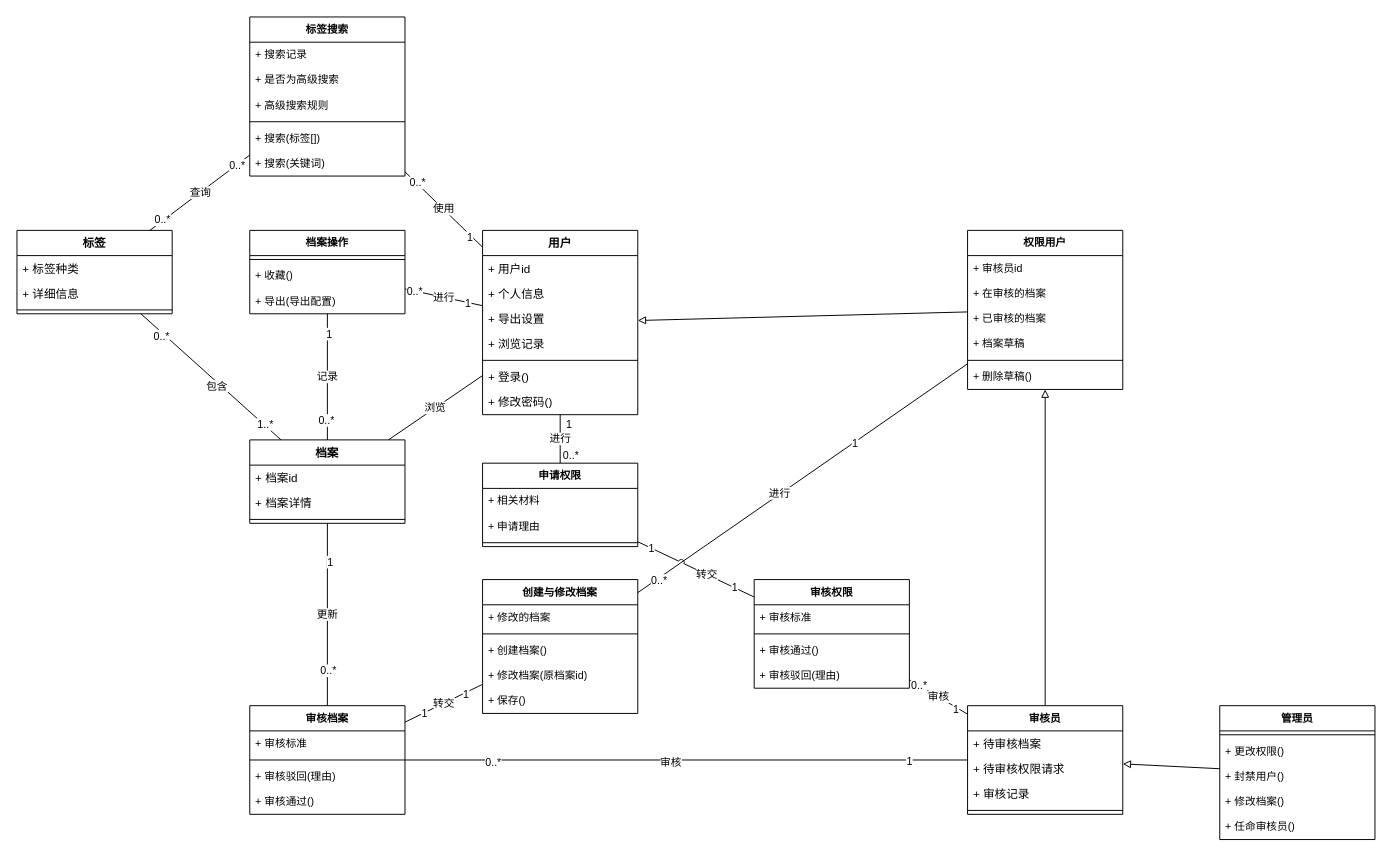
The draw.io diagram 领域类图.drawio in icemeowzhi/uml, before the edit. Source tidied: cells renumbered, new cells numbered last; positions are measured from the earlier drawing's top-left corner, leaving out a move shared by most shapes. Both pictures are drawn from the tidied source at 97%, with x=0, y=0 at pixel (16, 16).
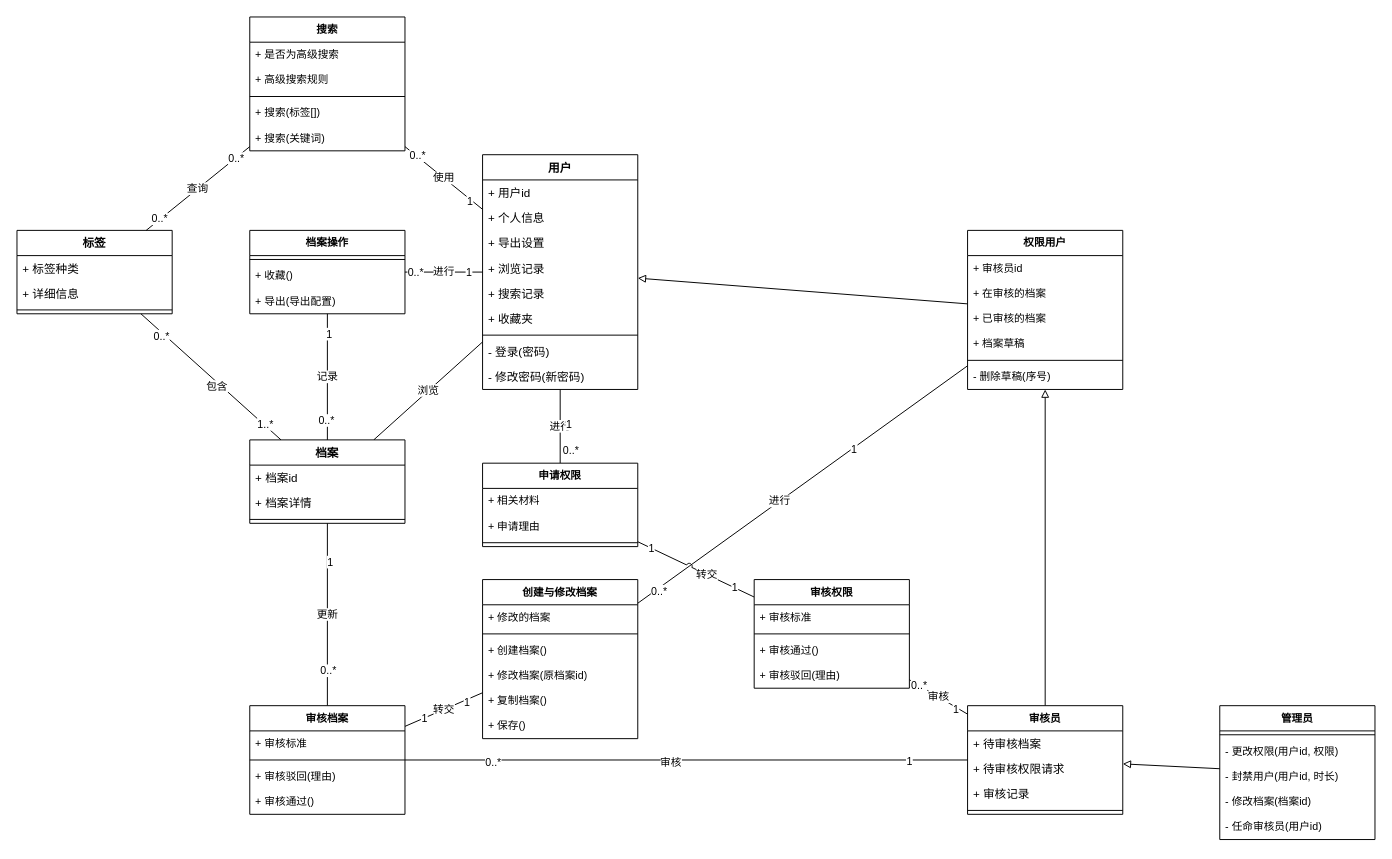
The same page after the edit.

Commit message:
更新领域类图.drawio

Unchanged cells that the change refers to:
```xml
<mxCell id="56" value="权限用户" style="swimlane;fontStyle=1;align=center;verticalAlign=top;horizontal=1;startSize=26;whiteSpace=wrap;html=1;fontFamily=Helvetica;fontSize=11;fontColor=default;" parent="1" vertex="1">
  <mxGeometry x="980" y="220" width="160" height="164" as="geometry" />
</mxCell>
<mxCell id="82" value="管理员" style="swimlane;fontStyle=1;align=center;verticalAlign=top;horizontal=1;startSize=26;whiteSpace=wrap;html=1;fontFamily=Helvetica;fontSize=11;fontColor=default;" parent="1" vertex="1">
  <mxGeometry x="1240" y="710" width="160" height="138" as="geometry" />
</mxCell>
```

Diff of the diagram source:
```diff
@@
     <mxCell id="11" value="用户" style="swimlane;fontStyle=1;align=center;verticalAlign=top;horizontal=1;startSize=26;whiteSpace=wrap;html=1;" parent="1" vertex="1">
-      <mxGeometry x="480" y="220" width="160" height="190" as="geometry" />
+      <mxGeometry x="480" y="142" width="160" height="242" as="geometry" />
     </mxCell>
@@
+    <mxCell id="36" value="+ 搜索记录" style="text;strokeColor=none;fillColor=none;align=left;verticalAlign=top;spacingLeft=4;spacingRight=4;overflow=hidden;whiteSpace=wrap;html=1;" parent="11" vertex="1">
+      <mxGeometry y="130" width="160" height="26" as="geometry" />
+    </mxCell>
+    <mxCell id="112" value="+ 收藏夹" style="text;strokeColor=none;fillColor=none;align=left;verticalAlign=top;spacingLeft=4;spacingRight=4;overflow=hidden;whiteSpace=wrap;html=1;" parent="11" vertex="1">
+      <mxGeometry y="156" width="160" height="26" as="geometry" />
+    </mxCell>
     <mxCell id="16" style="line;strokeWidth=1;fillColor=none;align=left;verticalAlign=middle;spacingTop=-1;spacingLeft=3;spacingRight=3;labelPosition=right;strokeColor=inherit;" parent="11" vertex="1">
-      <mxGeometry y="130" width="160" height="8" as="geometry" />
+      <mxGeometry y="182" width="160" height="8" as="geometry" />
     </mxCell>
-    <mxCell id="17" value="+ 登录()" style="text;strokeColor=none;fillColor=none;align=left;verticalAlign=top;spacingLeft=4;spacingRight=4;overflow=hidden;whiteSpace=wrap;html=1;" parent="11" vertex="1">
-      <mxGeometry y="138" width="160" height="26" as="geometry" />
+    <mxCell id="17" value="- 登录(密码)" style="text;strokeColor=none;fillColor=none;align=left;verticalAlign=top;spacingLeft=4;spacingRight=4;overflow=hidden;whiteSpace=wrap;html=1;" parent="11" vertex="1">
+      <mxGeometry y="190" width="160" height="26" as="geometry" />
     </mxCell>
-    <mxCell id="18" value="+ 修改密码()" style="text;strokeColor=none;fillColor=none;align=left;verticalAlign=top;spacingLeft=4;spacingRight=4;overflow=hidden;whiteSpace=wrap;html=1;" parent="11" vertex="1">
-      <mxGeometry y="164" width="160" height="26" as="geometry" />
+    <mxCell id="18" value="- 修改密码(新密码)" style="text;strokeColor=none;fillColor=none;align=left;verticalAlign=top;spacingLeft=4;spacingRight=4;overflow=hidden;whiteSpace=wrap;html=1;" parent="11" vertex="1">
+      <mxGeometry y="216" width="160" height="26" as="geometry" />
     </mxCell>
@@
-    <mxCell id="35" value="标签搜索" style="swimlane;fontStyle=1;align=center;verticalAlign=top;horizontal=1;startSize=26;whiteSpace=wrap;html=1;fontFamily=Helvetica;fontSize=11;fontColor=default;" parent="1" vertex="1">
-      <mxGeometry x="240" width="160" height="164" as="geometry" />
+    <mxCell id="35" value="搜索" style="swimlane;fontStyle=1;align=center;verticalAlign=top;horizontal=1;startSize=26;whiteSpace=wrap;html=1;fontFamily=Helvetica;fontSize=11;fontColor=default;" parent="1" vertex="1">
+      <mxGeometry x="240" width="160" height="138" as="geometry" />
     </mxCell>
-    <mxCell id="36" value="+ 搜索记录" style="text;strokeColor=none;fillColor=none;align=left;verticalAlign=top;spacingLeft=4;spacingRight=4;overflow=hidden;whiteSpace=wrap;html=1;fontSize=11;fontFamily=Helvetica;fontColor=default;" parent="35" vertex="1">
-      <mxGeometry y="26" width="160" height="26" as="geometry" />
-    </mxCell>
     <mxCell id="37" value="+ 是否为高级搜索" style="text;strokeColor=none;fillColor=none;align=left;verticalAlign=top;spacingLeft=4;spacingRight=4;overflow=hidden;whiteSpace=wrap;html=1;fontSize=11;fontFamily=Helvetica;fontColor=default;" parent="35" vertex="1">
-      <mxGeometry y="52" width="160" height="26" as="geometry" />
+      <mxGeometry y="26" width="160" height="26" as="geometry" />
     </mxCell>
     <mxCell id="38" value="+ 高级搜索规则" style="text;strokeColor=none;fillColor=none;align=left;verticalAlign=top;spacingLeft=4;spacingRight=4;overflow=hidden;whiteSpace=wrap;html=1;fontSize=11;fontFamily=Helvetica;fontColor=default;" parent="35" vertex="1">
-      <mxGeometry y="78" width="160" height="26" as="geometry" />
+      <mxGeometry y="52" width="160" height="26" as="geometry" />
     </mxCell>
     <mxCell id="39" style="line;strokeWidth=1;fillColor=none;align=left;verticalAlign=middle;spacingTop=-1;spacingLeft=3;spacingRight=3;labelPosition=right;strokeColor=inherit;fontFamily=Helvetica;fontSize=11;fontColor=default;" parent="35" vertex="1">
-      <mxGeometry y="104" width="160" height="8" as="geometry" />
+      <mxGeometry y="78" width="160" height="8" as="geometry" />
     </mxCell>
     <mxCell id="40" value="+ 搜索(标签[])" style="text;strokeColor=none;fillColor=none;align=left;verticalAlign=top;spacingLeft=4;spacingRight=4;overflow=hidden;whiteSpace=wrap;html=1;fontSize=11;fontFamily=Helvetica;fontColor=default;" parent="35" vertex="1">
-      <mxGeometry y="112" width="160" height="26" as="geometry" />
+      <mxGeometry y="86" width="160" height="26" as="geometry" />
     </mxCell>
     <mxCell id="41" value="+ 搜索(关键词)" style="text;strokeColor=none;fillColor=none;align=left;verticalAlign=top;spacingLeft=4;spacingRight=4;overflow=hidden;whiteSpace=wrap;html=1;fontSize=11;fontFamily=Helvetica;fontColor=default;" parent="35" vertex="1">
-      <mxGeometry y="138" width="160" height="26" as="geometry" />
+      <mxGeometry y="112" width="160" height="26" as="geometry" />
     </mxCell>
@@
     <mxCell id="45" value="创建与修改档案" style="swimlane;fontStyle=1;align=center;verticalAlign=top;horizontal=1;startSize=26;whiteSpace=wrap;html=1;fontFamily=Helvetica;fontSize=11;fontColor=default;" parent="1" vertex="1">
-      <mxGeometry x="480" y="580" width="160" height="138" as="geometry" />
+      <mxGeometry x="480" y="580" width="160" height="164" as="geometry" />
     </mxCell>
@@
+    <mxCell id="113" value="&lt;div&gt;+ 复制档案()&lt;/div&gt;" style="text;strokeColor=none;fillColor=none;align=left;verticalAlign=top;spacingLeft=4;spacingRight=4;overflow=hidden;whiteSpace=wrap;html=1;fontSize=11;fontFamily=Helvetica;fontColor=default;" parent="45" vertex="1">
+      <mxGeometry y="112" width="160" height="26" as="geometry" />
+    </mxCell>
     <mxCell id="50" value="&lt;div&gt;+ 保存()&lt;br&gt;&lt;/div&gt;" style="text;strokeColor=none;fillColor=none;align=left;verticalAlign=top;spacingLeft=4;spacingRight=4;overflow=hidden;whiteSpace=wrap;html=1;fontSize=11;fontFamily=Helvetica;fontColor=default;" parent="45" vertex="1">
-      <mxGeometry y="112" width="160" height="26" as="geometry" />
+      <mxGeometry y="138" width="160" height="26" as="geometry" />
     </mxCell>
@@
-    <mxCell id="62" value="+ 删除草稿()" style="text;strokeColor=none;fillColor=none;align=left;verticalAlign=top;spacingLeft=4;spacingRight=4;overflow=hidden;whiteSpace=wrap;html=1;fontSize=11;fontFamily=Helvetica;fontColor=default;" parent="56" vertex="1">
+    <mxCell id="62" value="- 删除草稿(序号)" style="text;strokeColor=none;fillColor=none;align=left;verticalAlign=top;spacingLeft=4;spacingRight=4;overflow=hidden;whiteSpace=wrap;html=1;fontSize=11;fontFamily=Helvetica;fontColor=default;" parent="56" vertex="1">
       <mxGeometry y="138" width="160" height="26" as="geometry" />
     </mxCell>
@@
-    <mxCell id="84" value="+ 更改权限()" style="text;strokeColor=none;fillColor=none;align=left;verticalAlign=top;spacingLeft=4;spacingRight=4;overflow=hidden;whiteSpace=wrap;html=1;fontSize=11;fontFamily=Helvetica;fontColor=default;" parent="82" vertex="1">
+    <mxCell id="84" value="- 更改权限(用户id, 权限)" style="text;strokeColor=none;fillColor=none;align=left;verticalAlign=top;spacingLeft=4;spacingRight=4;overflow=hidden;whiteSpace=wrap;html=1;fontSize=11;fontFamily=Helvetica;fontColor=default;" parent="82" vertex="1">
       <mxGeometry y="34" width="160" height="26" as="geometry" />
     </mxCell>
-    <mxCell id="85" value="+ 封禁用户()" style="text;strokeColor=none;fillColor=none;align=left;verticalAlign=top;spacingLeft=4;spacingRight=4;overflow=hidden;whiteSpace=wrap;html=1;fontSize=11;fontFamily=Helvetica;fontColor=default;" parent="82" vertex="1">
+    <mxCell id="85" value="- 封禁用户(用户id, 时长)" style="text;strokeColor=none;fillColor=none;align=left;verticalAlign=top;spacingLeft=4;spacingRight=4;overflow=hidden;whiteSpace=wrap;html=1;fontSize=11;fontFamily=Helvetica;fontColor=default;" parent="82" vertex="1">
       <mxGeometry y="60" width="160" height="26" as="geometry" />
     </mxCell>
-    <mxCell id="86" value="+ 修改档案()" style="text;strokeColor=none;fillColor=none;align=left;verticalAlign=top;spacingLeft=4;spacingRight=4;overflow=hidden;whiteSpace=wrap;html=1;fontSize=11;fontFamily=Helvetica;fontColor=default;" parent="82" vertex="1">
+    <mxCell id="86" value="- 修改档案(档案id)" style="text;strokeColor=none;fillColor=none;align=left;verticalAlign=top;spacingLeft=4;spacingRight=4;overflow=hidden;whiteSpace=wrap;html=1;fontSize=11;fontFamily=Helvetica;fontColor=default;" parent="82" vertex="1">
       <mxGeometry y="86" width="160" height="26" as="geometry" />
     </mxCell>
-    <mxCell id="87" value="+ 任命审核员()" style="text;strokeColor=none;fillColor=none;align=left;verticalAlign=top;spacingLeft=4;spacingRight=4;overflow=hidden;whiteSpace=wrap;html=1;fontSize=11;fontFamily=Helvetica;fontColor=default;" parent="82" vertex="1">
+    <mxCell id="87" value="- 任命审核员(用户id)" style="text;strokeColor=none;fillColor=none;align=left;verticalAlign=top;spacingLeft=4;spacingRight=4;overflow=hidden;whiteSpace=wrap;html=1;fontSize=11;fontFamily=Helvetica;fontColor=default;" parent="82" vertex="1">
       <mxGeometry y="112" width="160" height="26" as="geometry" />
     </mxCell>
```
